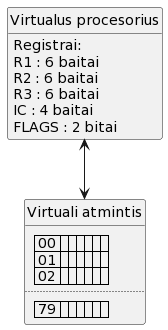
Before: aprasymas1/img/virtuali_masina.png, a diagram exported from PlantUML (Mdominykas/OS). Source of this version:
```plantuml
@startuml
hide circle

class "Virtualus procesorius"
{
Registrai:
R1 : 6 baitai
R2 : 6 baitai
R3 : 6 baitai
IC : 4 baitai
FLAGS : 2 bitai
}

class "Virtuali atmintis"
{
| 00 |  |  |  |  |  |  |
| 01 |  |  |  |  |  |  |
| 02 |  |  |  |  |  |  |
..
| 79 |  |  |  |  |  |  |
}

hide "Virtualus procesorius" methods

"Virtualus procesorius" <--> "Virtuali atmintis"
@enduml
```
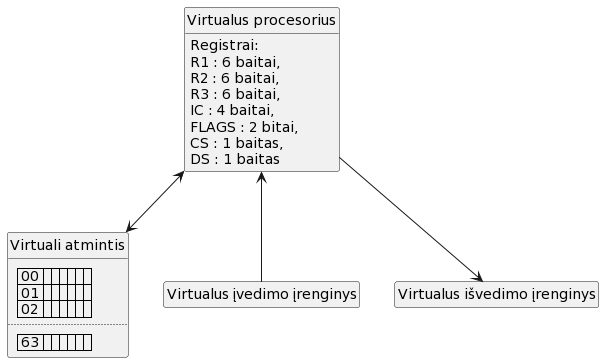
Later version of the same file.

The edit, as a diff of the source:
```diff
@@ -4,11 +4,13 @@
 class "Virtualus procesorius"
 {
 Registrai:
-R1 : 6 baitai
-R2 : 6 baitai
-R3 : 6 baitai
-IC : 4 baitai
-FLAGS : 2 bitai
+R1 : 6 baitai,
+R2 : 6 baitai,
+R3 : 6 baitai,
+IC : 4 baitai,
+FLAGS : 2 bitai,
+CS : 1 baitas,
+DS : 1 baitas
 }
 
 class "Virtuali atmintis"
@@ -17,10 +19,20 @@
 | 01 |  |  |  |  |  |  |
 | 02 |  |  |  |  |  |  |
 ..
-| 79 |  |  |  |  |  |  |
+| 63 |  |  |  |  |  |  |
 }
 
+class "Virtualus įvedimo įrenginys"
+
+class "Virtualus išvedimo įrenginys"
+
 hide "Virtualus procesorius" methods
+hide "Virtualus įvedimo įrenginys" members
+hide "Virtualus išvedimo įrenginys" members
 
 "Virtualus procesorius" <--> "Virtuali atmintis"
+
+"Virtualus procesorius" <-- "Virtualus įvedimo įrenginys"
+
+"Virtualus procesorius" --> "Virtualus išvedimo įrenginys"
 @enduml
```
